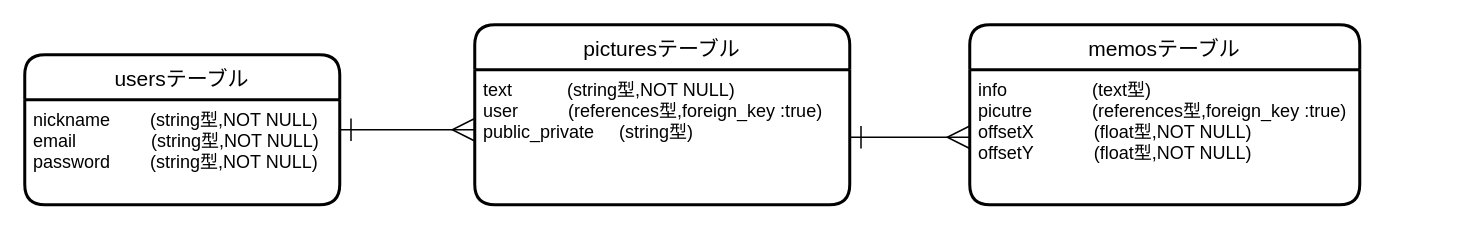
This is pin-pic.dio from Yamafuku0717/pin-pic3, a draw.io file, before an edit. Source tidied: cells renumbered, new cells numbered last; positions are measured from the earlier drawing's top-left corner, leaving out a move shared by most shapes. Both pictures are drawn from the tidied source at 150%, with x=0, y=0 at pixel (24, 24).
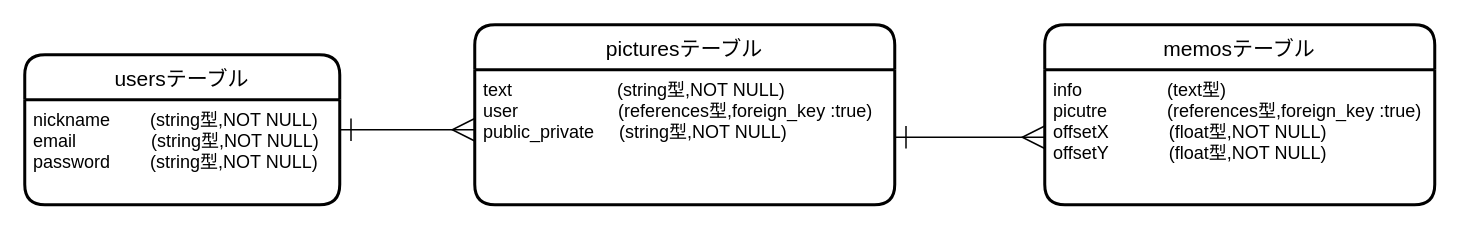
Above is the later version.

Commit message (it also covers changes not shown here):
READMEテーブル構成、アソシエーション記載

The edit, as a diff of the source:
```diff
@@
 <mxGraphModel>
   <root>
     <mxCell id="0" />
     <mxCell id="1" parent="0" />
     <mxCell id="2" style="edgeStyle=orthogonalEdgeStyle;rounded=0;jettySize=auto;html=1;endArrow=ERmany;endFill=0;endSize=13;startArrow=ERone;startFill=0;startSize=13;" parent="1" edge="1" source="3">
       <mxGeometry relative="1" as="geometry">
         <mxPoint x="300" y="70" as="targetPoint" />
       </mxGeometry>
     </mxCell>
     <mxCell id="3" value="usersテーブル" style="swimlane;horizontal=1;startSize=30;rounded=1;fontSize=14;fontStyle=0;strokeWidth=2;shadow=0;dashed=0;align=center;" parent="1" vertex="1">
       <mxGeometry y="20" width="210" height="100" as="geometry" />
     </mxCell>
     <mxCell id="4" value="nickname        (string型,NOT NULL)&#10;email               (string型,NOT NULL)&#10;password        (string型,NOT NULL)" style="align=left;strokeColor=none;fillColor=none;spacingLeft=4;fontSize=12;verticalAlign=top;" parent="3" vertex="1">
       <mxGeometry y="30" width="210" height="70" as="geometry" />
     </mxCell>
     <mxCell id="5" value="picturesテーブル" style="swimlane;horizontal=1;startSize=30;rounded=1;fontSize=14;fontStyle=0;strokeWidth=2;shadow=0;dashed=0;align=center;" parent="1" vertex="1">
-      <mxGeometry x="300" width="250" height="120" as="geometry" />
+      <mxGeometry x="300" width="280" height="120" as="geometry" />
     </mxCell>
-    <mxCell id="6" value="text           (string型,NOT NULL)&#10;user          (references型,foreign_key :true)&#10;public_private     (string型)" style="align=left;strokeColor=none;fillColor=none;spacingLeft=4;fontSize=12;verticalAlign=top;" parent="5" vertex="1">
-      <mxGeometry y="30" width="250" height="90" as="geometry" />
+    <mxCell id="6" value="text                     (string型,NOT NULL)&#10;user                    (references型,foreign_key :true)&#10;public_private     (string型,NOT NULL)" style="align=left;strokeColor=none;fillColor=none;spacingLeft=4;fontSize=12;verticalAlign=top;" parent="5" vertex="1">
+      <mxGeometry y="30" width="280" height="90" as="geometry" />
     </mxCell>
     <mxCell id="7" value="memosテーブル" style="swimlane;horizontal=1;startSize=30;rounded=1;fontSize=14;fontStyle=0;strokeWidth=2;shadow=0;dashed=0;align=center;" parent="1" vertex="1">
-      <mxGeometry x="630" width="260" height="120" as="geometry" />
+      <mxGeometry x="680" width="260" height="120" as="geometry" />
     </mxCell>
     <mxCell id="8" value="info                 (text型)&#10;picutre            (references型,foreign_key :true)&#10;offsetX            (float型,NOT NULL)&#10;offsetY            (float型,NOT NULL)" style="align=left;strokeColor=none;fillColor=none;spacingLeft=4;fontSize=12;verticalAlign=top;" parent="7" vertex="1">
       <mxGeometry y="30" width="260" height="90" as="geometry" />
     </mxCell>
     <mxCell id="9" style="edgeStyle=orthogonalEdgeStyle;rounded=0;jettySize=auto;html=1;startArrow=ERone;startFill=0;startSize=13;endArrow=ERmany;endFill=0;endSize=13;" parent="1" edge="1" source="6">
       <mxGeometry relative="1" as="geometry">
-        <mxPoint x="630" y="75" as="targetPoint" />
+        <mxPoint x="680" y="75" as="targetPoint" />
       </mxGeometry>
     </mxCell>
   </root>
 </mxGraphModel>
```
